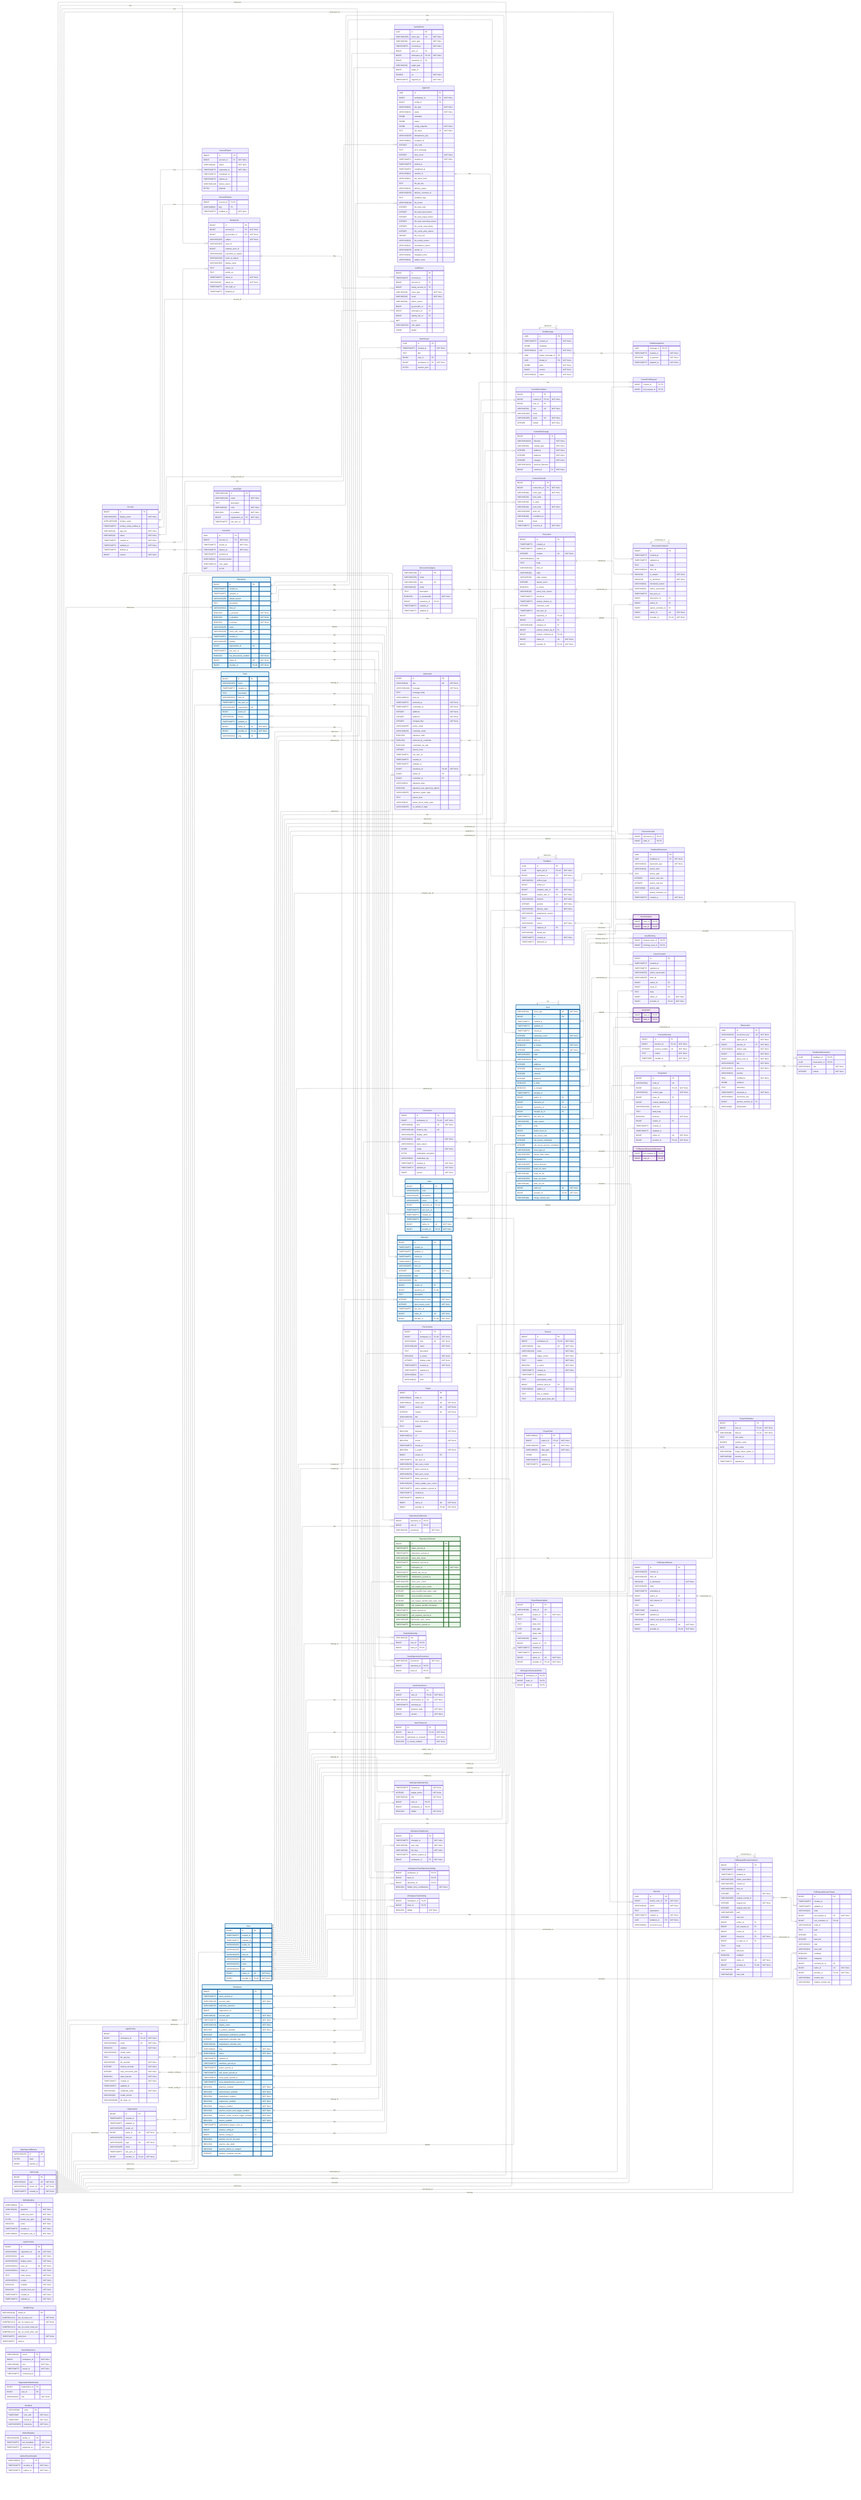
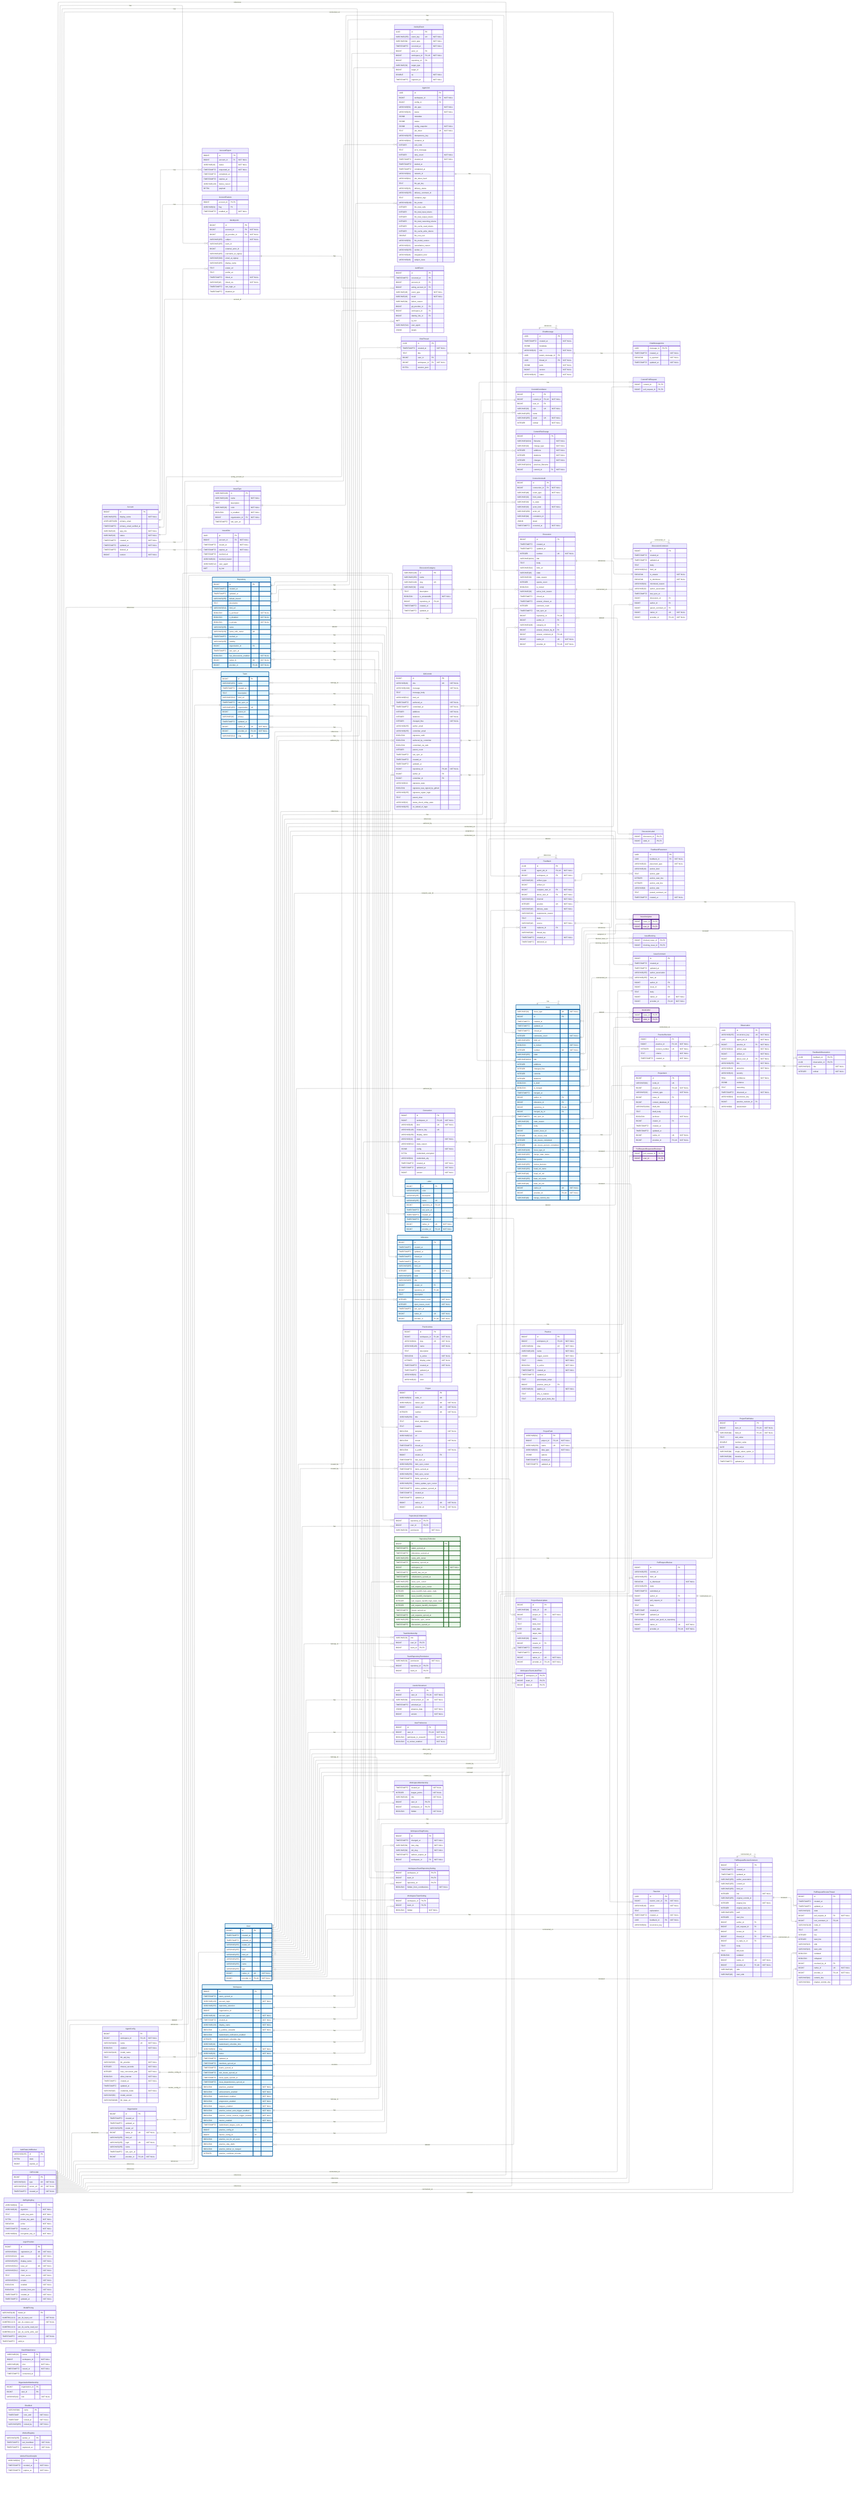
---
config:
    layout: elk
---
erDiagram
    %% Generated automatically from PostgreSQL database schema
    %% using scripts/generate-mermaid-erd.ts
    %% To regenerate: pnpm run db:generate-erd-docs

    direction LR

    Account {
        BIGINT id PK
        VARCHAR(255) display_name "NOT NULL"
        USER-DEFINED primary_email
        TIMESTAMPTZ primary_email_verified_at
        VARCHAR(16) app_role "NOT NULL"
        VARCHAR(16) status "NOT NULL"
        TIMESTAMPTZ created_at "NOT NULL"
        TIMESTAMPTZ updated_at "NOT NULL"
        TIMESTAMPTZ deleted_at
        BIGINT version "NOT NULL"
    }

    AccountExport {
        BIGINT id PK
        BIGINT account_id FK "NOT NULL"
        VARCHAR(16) status "NOT NULL"
        TIMESTAMPTZ requested_at "NOT NULL"
        TIMESTAMPTZ completed_at
        TIMESTAMPTZ expires_at
        VARCHAR(128) failure_reason
        BYTEA payload
    }

    AccountFeature {
        BIGINT account_id PK,FK
        VARCHAR(64) flag PK
        TIMESTAMPTZ enabled_at "NOT NULL"
    }

    ActivityEvent {
        UUID id PK
        VARCHAR(255) event_key UK "NOT NULL"
        VARCHAR(64) event_type "NOT NULL"
        TIMESTAMPTZ occurred_at "NOT NULL"
        BIGINT actor_id FK
        BIGINT workspace_id FK,UK "NOT NULL"
        BIGINT repository_id FK
        VARCHAR(32) target_type
        BIGINT target_id
        DOUBLE xp "NOT NULL"
        TIMESTAMPTZ ingested_at "NOT NULL"
    }

    AgentConfig {
        BIGINT id PK
        BIGINT workspace_id FK,UK "NOT NULL"
        VARCHAR(100) name UK "NOT NULL"
        BOOLEAN enabled "NOT NULL"
        VARCHAR(128) model_name
        TEXT llm_api_key
        VARCHAR(32) llm_provider "NOT NULL"
        INTEGER timeout_seconds "NOT NULL"
        INTEGER max_concurrent_jobs "NOT NULL"
        BOOLEAN allow_internet "NOT NULL"
        TIMESTAMPTZ created_at "NOT NULL"
        TIMESTAMPTZ updated_at
        VARCHAR(16) credential_mode "NOT NULL"
        VARCHAR(50) model_version
        VARCHAR(2048) llm_base_url
    }

    AgentJob {
        UUID id PK
        BIGINT workspace_id FK "NOT NULL"
        BIGINT config_id FK
        VARCHAR(50) job_type "NOT NULL"
        VARCHAR(20) status "NOT NULL"
        JSONB metadata
        JSONB output
        JSONB config_snapshot "NOT NULL"
        TEXT job_token UK "NOT NULL"
        VARCHAR(255) idempotency_key
        VARCHAR(64) container_id
        INTEGER exit_code
        TEXT error_message
        INTEGER retry_count "NOT NULL"
        TIMESTAMPTZ created_at "NOT NULL"
        TIMESTAMPTZ started_at
        TIMESTAMPTZ completed_at
        VARCHAR(64) network_id
        VARCHAR(64) job_token_hash
        TEXT llm_api_key
        VARCHAR(20) delivery_status
        VARCHAR(255) delivery_comment_id
        TEXT container_logs
        VARCHAR(100) llm_model
        INTEGER llm_total_calls
        INTEGER llm_total_input_tokens
        INTEGER llm_total_output_tokens
        INTEGER llm_total_reasoning_tokens
        INTEGER llm_cache_read_tokens
        INTEGER llm_cache_write_tokens
        DOUBLE llm_cost_usd
        VARCHAR(50) llm_model_version
        VARCHAR(32) cancellation_reason
        VARCHAR(255) worker_id
        VARCHAR(48) integration_kind
        VARCHAR(48) subject_class
    }

    AuthEvent {
        BIGINT id PK
        TIMESTAMPTZ occurred_at PK
        BIGINT account_id FK
        BIGINT acting_account_id FK
        VARCHAR(48) event_type "NOT NULL"
        VARCHAR(16) result "NOT NULL"
        VARCHAR(64) failure_reason
        BIGINT git_provider_id FK
        BIGINT workspace_id FK
        BIGINT identity_link_id FK
        INET ip_inet
        VARCHAR(512) user_agent
        JSONB details
    }

    AuthRateLimitBucket {
        VARCHAR(255) id PK
        BYTEA state
        BIGINT expires_at
    }

    ChatMessage {
        UUID id PK
        TIMESTAMPTZ created_at "NOT NULL"
        JSONB metadata
        VARCHAR(16) role "NOT NULL"
        UUID parent_message_id FK
        UUID thread_id FK "NOT NULL"
        JSONB parts "NOT NULL"
        BIGINT version "NOT NULL"
        VARCHAR(16) status "NOT NULL"
    }

    ChatMessageVote {
        UUID message_id PK,FK
        TIMESTAMPTZ created_at "NOT NULL"
        BOOLEAN is_upvoted "NOT NULL"
        TIMESTAMPTZ updated_at "NOT NULL"
    }

    ChatThread {
        UUID id PK
        TIMESTAMPTZ created_at "NOT NULL"
        TEXT title
        BIGINT user_id FK
        BIGINT workspace_id FK "NOT NULL"
        BYTEA session_jsonl
    }

    CommitContributor {
        BIGINT id PK
        BIGINT commit_id FK,UK "NOT NULL"
        BIGINT user_id FK
        VARCHAR(32) role UK "NOT NULL"
        VARCHAR(255) name
        VARCHAR(255) email UK "NOT NULL"
        INTEGER ordinal "NOT NULL"
    }

    CommitFileChange {
        BIGINT id PK
        VARCHAR(1024) filename "NOT NULL"
        VARCHAR(32) change_type "NOT NULL"
        INTEGER additions "NOT NULL"
        INTEGER deletions "NOT NULL"
        INTEGER changes "NOT NULL"
        VARCHAR(1024) previous_filename
        BIGINT commit_id FK "NOT NULL"
    }

    CommitPullRequest {
        BIGINT commit_id PK,FK
        BIGINT pull_request_id PK,FK
    }

    Connection {
        BIGINT id PK
        BIGINT workspace_id FK,UK "NOT NULL"
        VARCHAR(48) kind UK "NOT NULL"
        VARCHAR(128) instance_key UK
        VARCHAR(256) display_name
        VARCHAR(32) state "NOT NULL"
        VARCHAR(512) state_reason
        JSONB config "NOT NULL"
        BYTEA credentials_encrypted
        VARCHAR(64) credentials_alg
        TIMESTAMPTZ created_at "NOT NULL"
        TIMESTAMPTZ updated_at "NOT NULL"
        BIGINT version "NOT NULL"
    }

    ConnectionAudit {
        BIGINT id PK
        BIGINT connection_id FK "NOT NULL"
        VARCHAR(48) event_type "NOT NULL"
        VARCHAR(32) from_state
        VARCHAR(32) to_state
        VARCHAR(32) actor_kind "NOT NULL"
        VARCHAR(256) actor_ref
        VARCHAR(64) correlation_id
        JSONB detail
        TIMESTAMPTZ occurred_at "NOT NULL"
    }

    Discussion {
        BIGINT id PK
        TIMESTAMPTZ created_at
        TIMESTAMPTZ updated_at
        INTEGER number UK "NOT NULL"
        VARCHAR(1024) title
        TEXT body
        VARCHAR(512) html_url
        VARCHAR(16) state
        VARCHAR(32) state_reason
        INTEGER upvote_count
        BOOLEAN is_locked
        VARCHAR(32) active_lock_reason
        TIMESTAMPTZ closed_at
        TIMESTAMPTZ answer_chosen_at
        INTEGER comment_count
        TIMESTAMPTZ last_sync_at
        BIGINT repository_id FK,UK
        BIGINT author_id FK
        VARCHAR(128) category_id FK
        BIGINT answer_chosen_by_id FK
        BIGINT answer_comment_id FK,UK
        BIGINT native_id UK "NOT NULL"
        BIGINT provider_id FK,UK "NOT NULL"
    }

    DiscussionCategory {
        VARCHAR(128) id PK
        VARCHAR(255) name
        VARCHAR(128) slug UK
        VARCHAR(32) emoji
        TEXT description
        BOOLEAN is_answerable "NOT NULL"
        BIGINT repository_id FK,UK
        TIMESTAMPTZ created_at
        TIMESTAMPTZ updated_at
    }

    DiscussionComment {
        BIGINT id PK
        TIMESTAMPTZ created_at
        TIMESTAMPTZ updated_at
        TEXT body
        VARCHAR(512) html_url
        BOOLEAN is_answer "NOT NULL"
        BOOLEAN is_minimized "NOT NULL"
        VARCHAR(64) minimized_reason
        VARCHAR(32) author_association
        TIMESTAMPTZ last_sync_at
        BIGINT discussion_id FK
        BIGINT author_id FK
        BIGINT parent_comment_id FK
        BIGINT native_id UK "NOT NULL"
        BIGINT provider_id FK,UK "NOT NULL"
    }

    DiscussionLabel {
        BIGINT discussion_id PK,FK
        BIGINT label_id PK,FK
    }

    Feedback {
        UUID id PK
        UUID agent_job_id FK,UK "NOT NULL"
        BIGINT workspace_id FK "NOT NULL"
        VARCHAR(32) artifact_type
        BIGINT artifact_id
        BIGINT recipient_user_id FK "NOT NULL"
-         BIGINT subject_user_id FK "NOT NULL"
+         BIGINT about_user_id FK "NOT NULL"
        VARCHAR(32) channel "NOT NULL"
        INTEGER position UK "NOT NULL"
        VARCHAR(16) delivery_state "NOT NULL"
        VARCHAR(32) suppression_reason
        TEXT body
        VARCHAR(16) source "NOT NULL"
        UUID replaces_id FK
        VARCHAR(64) thread_key
        TIMESTAMPTZ created_at "NOT NULL"
        TIMESTAMPTZ delivered_at
    }

    FeedbackObservation {
        UUID feedback_id PK,FK
        UUID observation_id PK,FK
        VARCHAR(16) role "NOT NULL"
        INTEGER ordinal "NOT NULL"
    }

    FeedbackPlacement {
        UUID id PK
        UUID feedback_id FK "NOT NULL"
        VARCHAR(32) placement_type "NOT NULL"
        VARCHAR(16) anchor_kind
        TEXT anchor_path
        INTEGER anchor_start_line
        INTEGER anchor_end_line
        VARCHAR(8) anchor_side
        TEXT posted_comment_ref
        TIMESTAMPTZ created_at "NOT NULL"
    }

    GitCommit {
        BIGINT id PK
        VARCHAR(40) sha UK "NOT NULL"
        VARCHAR(1024) message "NOT NULL"
        TEXT message_body
        VARCHAR(512) html_url
        TIMESTAMPTZ authored_at "NOT NULL"
        TIMESTAMPTZ committed_at "NOT NULL"
        INTEGER additions "NOT NULL"
        INTEGER deletions "NOT NULL"
        INTEGER changed_files "NOT NULL"
        VARCHAR(255) author_email
        VARCHAR(255) committer_email
        BOOLEAN signature_valid
        BOOLEAN authored_by_committer
        BOOLEAN committed_via_web
        INTEGER parent_count
        TIMESTAMPTZ last_sync_at
        TIMESTAMPTZ created_at
        TIMESTAMPTZ updated_at
        BIGINT repository_id FK,UK "NOT NULL"
        BIGINT author_id FK
        BIGINT committer_id FK
        VARCHAR(32) signature_state
        BOOLEAN signature_was_signed_by_github
        VARCHAR(255) signature_signer_login
        TEXT parent_shas
        VARCHAR(32) status_check_rollup_state
        VARCHAR(255) on_behalf_of_login
    }

    GitProvider {
        BIGINT id PK
        VARCHAR(10) type UK "NOT NULL"
        VARCHAR(512) server_url UK "NOT NULL"
        TIMESTAMPTZ created_at "NOT NULL"
    }

    IdentityLink {
        BIGINT id PK
        BIGINT account_id FK "NOT NULL"
        BIGINT git_provider_id FK "NOT NULL"
        VARCHAR(255) subject "NOT NULL"
        VARCHAR(255) team_id
        BIGINT external_actor_id
        VARCHAR(255) username_at_signup
        VARCHAR(320) email_at_signup
        VARCHAR(255) display_name
        TEXT avatar_url
        TEXT profile_url
        TIMESTAMPTZ linked_at "NOT NULL"
        VARCHAR(16) linked_via "NOT NULL"
        TIMESTAMPTZ last_login_at
        TIMESTAMPTZ disabled_at
    }

    Issue {
        VARCHAR(31) issue_type UK "NOT NULL"
        BIGINT id PK
        TIMESTAMPTZ created_at
        TIMESTAMPTZ updated_at
        TIMESTAMPTZ closed_at
        INTEGER comments_count "NOT NULL"
        VARCHAR(255) html_url
        BOOLEAN is_locked "NOT NULL"
        INTEGER number UK "NOT NULL"
        VARCHAR(255) state
        VARCHAR(1024) title
        INTEGER additions
        INTEGER changed_files
        INTEGER commits
        INTEGER deletions
        BOOLEAN is_draft
        BOOLEAN is_merged
        TIMESTAMPTZ merged_at
        BIGINT author_id FK
        BIGINT milestone_id FK
        BIGINT repository_id FK,UK
        BIGINT merged_by_id FK
        TIMESTAMPTZ last_sync_at
        VARCHAR(32) state_reason
        TEXT body
        BIGINT parent_issue_id FK
        INTEGER sub_issues_total
        INTEGER sub_issues_completed
        INTEGER sub_issues_percent_completed
        VARCHAR(128) issue_type_id FK
        VARCHAR(255) merge_state_status
        BOOLEAN mergeable
        VARCHAR(255) review_decision
        VARCHAR(255) head_ref_name
        VARCHAR(40) head_ref_oid
        VARCHAR(255) base_ref_name
        VARCHAR(40) base_ref_oid
        BIGINT native_id UK "NOT NULL"
        BIGINT provider_id FK,UK "NOT NULL"
        VARCHAR(40) merge_commit_sha
    }

    IssueAssignee {
        BIGINT issue_id PK,FK
        BIGINT user_id PK,FK
    }

    IssueBlocking {
        BIGINT blocked_issue_id PK,FK
        BIGINT blocking_issue_id PK,FK
    }

    IssueComment {
        BIGINT id PK
        TIMESTAMPTZ created_at
        TIMESTAMPTZ updated_at
        VARCHAR(255) author_association
        VARCHAR(255) html_url
        BIGINT author_id FK
        BIGINT issue_id FK
        TEXT body
        BIGINT native_id UK "NOT NULL"
        BIGINT provider_id FK,UK "NOT NULL"
    }

    IssueLabel {
        BIGINT issue_id PK,FK
        BIGINT label_id PK,FK
    }

    IssueType {
        VARCHAR(128) id PK
        VARCHAR(128) name "NOT NULL"
        TEXT description
        VARCHAR(20) color "NOT NULL"
        BOOLEAN is_enabled "NOT NULL"
        BIGINT organization_id FK "NOT NULL"
        TIMESTAMPTZ last_sync_at
    }

    IssuedJwt {
        UUID jti PK
        BIGINT account_id FK "NOT NULL"
        TIMESTAMPTZ issued_at "NOT NULL"
        TIMESTAMPTZ expires_at "NOT NULL"
        TIMESTAMPTZ revoked_at
        VARCHAR(32) revoked_reason
        VARCHAR(512) user_agent
        INET ip_inet
    }

    JwtSigningKey {
        VARCHAR(64) kid PK
        VARCHAR(16) algorithm "NOT NULL"
        TEXT public_key_pem "NOT NULL"
        BYTEA private_key_pem "NOT NULL"
        BOOLEAN active "NOT NULL"
        TIMESTAMPTZ created_at "NOT NULL"
        VARCHAR(64) encryption_key_id "NOT NULL"
    }

    Label {
        BIGINT id PK
        VARCHAR(255) color
        VARCHAR(255) description
        VARCHAR(255) name UK
        BIGINT repository_id FK,UK
        TIMESTAMPTZ last_sync_at
        TIMESTAMPTZ created_at
        TIMESTAMPTZ updated_at
        BIGINT native_id UK "NOT NULL"
        BIGINT provider_id FK,UK "NOT NULL"
    }

    LoginProvider {
        BIGINT id PK
        VARCHAR(64) registration_id UK "NOT NULL"
        VARCHAR(10) type UK "NOT NULL"
        VARCHAR(255) display_name "NOT NULL"
        VARCHAR(512) base_url UK "NOT NULL"
        VARCHAR(512) client_id "NOT NULL"
        TEXT client_secret "NOT NULL"
        VARCHAR(512) scopes "NOT NULL"
        BOOLEAN enabled "NOT NULL"
        BOOLEAN seeded_from_env "NOT NULL"
        TIMESTAMPTZ created_at "NOT NULL"
        TIMESTAMPTZ updated_at "NOT NULL"
    }

    Milestone {
        BIGINT id PK
        TIMESTAMPTZ created_at
        TIMESTAMPTZ updated_at
        TIMESTAMPTZ closed_at
        TIMESTAMPTZ due_on
        VARCHAR(255) html_url
        INTEGER number UK "NOT NULL"
        VARCHAR(255) state
        VARCHAR(255) title
        BIGINT creator_id FK
        BIGINT repository_id FK,UK
        TEXT description
        INTEGER closed_issues_count "NOT NULL"
        INTEGER open_issues_count "NOT NULL"
        TIMESTAMPTZ last_sync_at
        BIGINT native_id UK "NOT NULL"
        BIGINT provider_id FK,UK "NOT NULL"
    }

    ModelPricing {
        VARCHAR(128) model_id PK
        NUMERIC(12,6) per_1k_input_usd "NOT NULL"
        NUMERIC(12,6) per_1k_output_usd "NOT NULL"
        NUMERIC(12,6) per_1k_cache_read_usd
        NUMERIC(12,6) per_1k_cache_write_usd
        TIMESTAMPTZ valid_from "NOT NULL"
        TIMESTAMPTZ valid_to
    }

    OauthStateNonce {
        VARCHAR(32) nonce PK
        BIGINT workspace_id "NOT NULL"
        VARCHAR(48) kind "NOT NULL"
        TIMESTAMPTZ issued_at "NOT NULL"
        TIMESTAMPTZ consumed_at
    }

    Observation {
        UUID id PK
        VARCHAR(255) occurrence_key UK "NOT NULL"
        UUID agent_job_id "NOT NULL"
        BIGINT practice_id FK "NOT NULL"
        VARCHAR(32) artifact_type "NOT NULL"
        BIGINT artifact_id "NOT NULL"
        BIGINT about_user_id FK "NOT NULL"
        VARCHAR(255) title "NOT NULL"
        VARCHAR(16) presence "NOT NULL"
        VARCHAR(16) severity
        REAL confidence "NOT NULL"
        JSONB evidence
        TEXT reasoning
        TIMESTAMPTZ observed_at "NOT NULL"
        VARCHAR(64) recurrence_key
        BIGINT practice_revision_id FK
        VARCHAR(8) assessment
    }

    Organization {
        BIGINT id PK
        TIMESTAMPTZ created_at
        TIMESTAMPTZ updated_at
        VARCHAR(255) avatar_url
        BIGINT native_id UK "NOT NULL"
        VARCHAR(255) html_url
        VARCHAR(255) login UK "NOT NULL"
        VARCHAR(255) name
        TIMESTAMPTZ last_sync_at
        BIGINT provider_id FK,UK "NOT NULL"
    }

    OrganizationMembership {
        BIGINT organization_id PK
        BIGINT user_id PK
        VARCHAR(32) role "NOT NULL"
    }

    Practice {
        BIGINT id PK
        BIGINT workspace_id FK,UK "NOT NULL"
        VARCHAR(64) slug UK "NOT NULL"
        VARCHAR(128) name "NOT NULL"
        JSONB trigger_events "NOT NULL"
        TEXT criteria "NOT NULL"
        BOOLEAN is_active "NOT NULL"
        TIMESTAMPTZ created_at "NOT NULL"
        TIMESTAMPTZ updated_at
        TEXT precompute_script
        BIGINT practice_area_id FK
        VARCHAR(32) applies_to "NOT NULL"
        TEXT why_it_matters
        TEXT what_good_looks_like
    }

    PracticeArea {
        BIGINT id PK
        BIGINT workspace_id FK,UK "NOT NULL"
        VARCHAR(64) slug UK "NOT NULL"
        VARCHAR(128) name "NOT NULL"
        TEXT description
        BOOLEAN is_active "NOT NULL"
        INTEGER display_order "NOT NULL"
        TIMESTAMPTZ created_at "NOT NULL"
        TIMESTAMPTZ updated_at
        VARCHAR(64) icon
        VARCHAR(32) color
    }

    PracticeRevision {
        BIGINT id PK
        BIGINT practice_id FK,UK "NOT NULL"
        INTEGER revision_number UK "NOT NULL"
        TEXT criteria "NOT NULL"
-         TIMESTAMP created_at "NOT NULL"
+         TIMESTAMPTZ created_at "NOT NULL"
    }

    Project {
        BIGINT id PK
        VARCHAR(64) node_id UK
        VARCHAR(32) owner_type UK "NOT NULL"
        BIGINT owner_id UK "NOT NULL"
        INTEGER number UK "NOT NULL"
        VARCHAR(256) title
        TEXT short_description
        TEXT readme
        BOOLEAN template "NOT NULL"
        VARCHAR(512) url
        BOOLEAN closed "NOT NULL"
        TIMESTAMPTZ closed_at
        BOOLEAN is_public "NOT NULL"
        BIGINT creator_id FK
        TIMESTAMPTZ last_sync_at
        VARCHAR(256) item_sync_cursor
        TIMESTAMPTZ items_synced_at
        VARCHAR(256) field_sync_cursor
        TIMESTAMPTZ fields_synced_at
        VARCHAR(256) status_update_sync_cursor
        TIMESTAMPTZ status_updates_synced_at
        TIMESTAMPTZ created_at
        TIMESTAMPTZ updated_at
        BIGINT native_id UK "NOT NULL"
        BIGINT provider_id FK,UK "NOT NULL"
    }

    ProjectField {
        VARCHAR(64) id PK
        BIGINT project_id FK,UK "NOT NULL"
        VARCHAR(256) name UK "NOT NULL"
        VARCHAR(32) data_type "NOT NULL"
        JSONB options
        TIMESTAMPTZ created_at
        TIMESTAMPTZ updated_at
    }

    ProjectFieldValue {
        BIGINT id PK
        BIGINT item_id FK,UK "NOT NULL"
        VARCHAR(64) field_id FK,UK "NOT NULL"
        TEXT text_value
        DOUBLE number_value
        DATE date_value
        VARCHAR(64) single_select_option_id
        VARCHAR(64) iteration_id
        TIMESTAMPTZ updated_at
    }

    ProjectItem {
        BIGINT id PK
        VARCHAR(64) node_id UK
        BIGINT project_id FK,UK "NOT NULL"
        VARCHAR(32) content_type "NOT NULL"
        BIGINT issue_id FK
        BIGINT content_database_id
        VARCHAR(1024) draft_title
        TEXT draft_body
        BOOLEAN archived "NOT NULL"
        BIGINT creator_id FK
        TIMESTAMPTZ created_at
        TIMESTAMPTZ updated_at
        BIGINT native_id UK "NOT NULL"
        BIGINT provider_id FK,UK "NOT NULL"
    }

    ProjectStatusUpdate {
        BIGINT id PK
        VARCHAR(64) node_id UK
        BIGINT project_id FK "NOT NULL"
        TEXT body
        TEXT body_html
        DATE start_date
        DATE target_date
        VARCHAR(32) status
        BIGINT creator_id FK
        TIMESTAMPTZ created_at
        TIMESTAMPTZ updated_at
        BIGINT native_id UK "NOT NULL"
        BIGINT provider_id FK,UK "NOT NULL"
    }

    PullRequestRequestedReviewer {
        BIGINT pull_request_id PK,FK
        BIGINT user_id PK,FK
    }

    PullRequestReview {
        BIGINT id PK
        VARCHAR(255) commit_id
        VARCHAR(255) html_url
        BOOLEAN is_dismissed "NOT NULL"
        VARCHAR(255) state
        TIMESTAMPTZ submitted_at
        BIGINT author_id FK
        BIGINT pull_request_id FK
        TEXT body
        TIMESTAMP created_at
        TIMESTAMP updated_at
        BOOLEAN author_can_push_to_repository
        BIGINT native_id UK "NOT NULL"
        BIGINT provider_id FK,UK "NOT NULL"
    }

    PullRequestReviewComment {
        BIGINT id PK
        TIMESTAMPTZ created_at
        TIMESTAMPTZ updated_at
        VARCHAR(255) author_association
        VARCHAR(255) commit_id
        VARCHAR(255) html_url
        INTEGER line "NOT NULL"
        VARCHAR(255) original_commit_id
        INTEGER original_line "NOT NULL"
        INTEGER original_start_line
        VARCHAR(255) path
        INTEGER start_line
        BIGINT author_id FK
        BIGINT pull_request_id FK
        BIGINT review_id FK
        BIGINT thread_id FK "NOT NULL"
        BIGINT in_reply_to_id FK
        TEXT body
        TEXT diff_hunk
        BOOLEAN outdated
        BIGINT native_id UK "NOT NULL"
        BIGINT provider_id FK,UK "NOT NULL"
        VARCHAR(16) side
        VARCHAR(16) start_side
    }

    PullRequestReviewThread {
        BIGINT id PK
        TIMESTAMPTZ created_at
        TIMESTAMPTZ updated_at
        VARCHAR(20) state
        BIGINT pull_request_id FK "NOT NULL"
        BIGINT root_comment_id FK,UK
        VARCHAR(128) node_id
        TEXT path
        INTEGER line
        INTEGER start_line
        VARCHAR(16) side
        VARCHAR(16) start_side
        BOOLEAN outdated
        BOOLEAN collapsed
        BIGINT resolved_by_id FK
        BIGINT native_id UK "NOT NULL"
        BIGINT provider_id FK,UK "NOT NULL"
        VARCHAR(64) commit_sha
        VARCHAR(64) original_commit_sha
    }

    Reaction {
        UUID id PK
        BIGINT reactor_user_id FK "NOT NULL"
        VARCHAR(16) action "NOT NULL"
        TEXT explanation
        TIMESTAMPTZ created_at "NOT NULL"
        UUID feedback_id FK "NOT NULL"
        VARCHAR(64) recurrence_key
    }

    Repository {
        BIGINT id PK
        TIMESTAMPTZ created_at
        TIMESTAMPTZ updated_at
        VARCHAR(255) default_branch
        TEXT description
        VARCHAR(512) html_url
        BOOLEAN is_archived "NOT NULL"
        BOOLEAN is_disabled "NOT NULL"
        BOOLEAN is_private "NOT NULL"
        VARCHAR(255) name
        VARCHAR(150) name_with_owner UK
        TIMESTAMPTZ pushed_at
        VARCHAR(255) visibility
        BIGINT organization_id FK
        TIMESTAMPTZ last_sync_at
        BOOLEAN has_discussions_enabled "NOT NULL"
        BIGINT native_id UK "NOT NULL"
        BIGINT provider_id FK,UK "NOT NULL"
    }

    RepositoryCollaborator {
        BIGINT repository_id PK,FK
        BIGINT user_id PK,FK
        VARCHAR(32) permission "NOT NULL"
    }

    RepositoryToMonitor {
        BIGINT id PK
        TIMESTAMPTZ labels_synced_at
        TIMESTAMPTZ milestones_synced_at
        VARCHAR(255) name_with_owner
        TIMESTAMPTZ repository_synced_at
        BIGINT workspace_id FK "NOT NULL"
        TIMESTAMPTZ backfill_last_run_at
        TIMESTAMPTZ collaborators_synced_at
        VARCHAR(255) issue_sync_cursor
        VARCHAR(255) pull_request_sync_cursor
        INTEGER issue_backfill_high_water_mark
        INTEGER issue_backfill_checkpoint
        INTEGER pull_request_backfill_high_water_mark
        INTEGER pull_request_backfill_checkpoint
        TIMESTAMPTZ issues_synced_at
        TIMESTAMPTZ pull_requests_synced_at
        VARCHAR(255) discussion_sync_cursor
        TIMESTAMPTZ discussions_synced_at
    }

    Shedlock {
        VARCHAR(64) name PK
        TIMESTAMP lock_until "NOT NULL"
        TIMESTAMP locked_at "NOT NULL"
        VARCHAR(255) locked_by "NOT NULL"
    }

    Team {
        BIGINT id PK
        VARCHAR(255) name
        TIMESTAMPTZ created_at
        TEXT description
        VARCHAR(512) html_url
        TIMESTAMPTZ last_sync_at
        VARCHAR(255) organization UK
        BIGINT parent_id
        VARCHAR(32) privacy
        TIMESTAMPTZ updated_at
        BIGINT native_id UK "NOT NULL"
        BIGINT provider_id FK,UK "NOT NULL"
        VARCHAR(512) slug UK
    }

    TeamMembership {
        VARCHAR(32) role
        BIGINT user_id PK,FK
        BIGINT team_id PK,FK
    }

    TeamRepositoryPermission {
        VARCHAR(32) permission "NOT NULL"
        BIGINT repository_id PK,FK
        BIGINT team_id PK,FK
    }

    User {
        BIGINT id PK
        TIMESTAMPTZ created_at
        TIMESTAMPTZ updated_at
        VARCHAR(255) avatar_url
        VARCHAR(255) email
        VARCHAR(255) html_url
        VARCHAR(255) login
        VARCHAR(255) name
        VARCHAR(255) type
        BIGINT native_id UK "NOT NULL"
        BIGINT provider_id FK,UK "NOT NULL"
    }

    UserAchievement {
        UUID id PK
        BIGINT user_id FK,UK "NOT NULL"
        VARCHAR(64) achievement_id UK "NOT NULL"
        TIMESTAMPTZ unlocked_at
        JSONB progress_data "NOT NULL"
        BIGINT version "NOT NULL"
    }

    UserPreference {
        BIGINT id PK
        BIGINT user_id FK,UK "NOT NULL"
        BOOLEAN participate_in_research "NOT NULL"
        BOOLEAN ai_review_enabled "NOT NULL"
    }

    WorkerRegistry {
        VARCHAR(255) worker_id PK
        TIMESTAMPTZ last_heartbeat "NOT NULL"
        TIMESTAMPTZ registered_at "NOT NULL"
    }

    WorkerTokenDenylist {
        VARCHAR(64) jti PK
        TIMESTAMPTZ revoked_at "NOT NULL"
        TIMESTAMPTZ expires_at "NOT NULL"
    }

    Workspace {
        BIGINT id PK
        TIMESTAMPTZ users_synced_at
        VARCHAR(120) account_login "NOT NULL"
        VARCHAR(255) repository_selection
        BIGINT organization_id FK,UK
        VARCHAR(10) account_type "NOT NULL"
        TIMESTAMPTZ created_at "NOT NULL"
        VARCHAR(120) display_name "NOT NULL"
        BOOLEAN is_publicly_viewable "NOT NULL"
        BOOLEAN leaderboard_notification_enabled
        INTEGER leaderboard_schedule_day
        VARCHAR(10) leaderboard_schedule_time
        VARCHAR(64) slug UK "NOT NULL"
        VARCHAR(20) status "NOT NULL"
        TIMESTAMPTZ updated_at
        TIMESTAMPTZ members_synced_at
        TIMESTAMPTZ teams_synced_at
        TIMESTAMPTZ sub_issues_synced_at
        TIMESTAMPTZ issue_types_synced_at
        TIMESTAMPTZ issue_dependencies_synced_at
        BOOLEAN practices_enabled "NOT NULL"
        BOOLEAN achievements_enabled "NOT NULL"
        BOOLEAN leaderboard_enabled "NOT NULL"
        BOOLEAN progression_enabled "NOT NULL"
        BOOLEAN leagues_enabled "NOT NULL"
        BOOLEAN practice_review_auto_trigger_enabled "NOT NULL"
        BOOLEAN practice_review_manual_trigger_enabled "NOT NULL"
        BOOLEAN mentor_enabled "NOT NULL"
        TIMESTAMPTZ leaderboard_league_cycle_at
        BIGINT practice_config_id FK
        BIGINT mentor_config_id FK
        BOOLEAN practice_run_for_all_users
        BOOLEAN practice_skip_drafts
        BOOLEAN practice_deliver_to_merged
        INTEGER practice_cooldown_minutes
    }

    WorkspaceMembership {
        TIMESTAMPTZ created_at "NOT NULL"
        INTEGER league_points "NOT NULL"
        VARCHAR(16) role "NOT NULL"
        BIGINT user_id PK,FK
        BIGINT workspace_id PK,FK
        BOOLEAN hidden "NOT NULL"
    }

    WorkspaceSlugHistory {
        BIGINT id PK
        TIMESTAMPTZ changed_at "NOT NULL"
        VARCHAR(64) new_slug "NOT NULL"
        VARCHAR(64) old_slug "NOT NULL"
        TIMESTAMPTZ redirect_expires_at
        BIGINT workspace_id FK "NOT NULL"
    }

    WorkspaceTeamLabelFilter {
        BIGINT workspace_id PK,FK
        BIGINT team_id PK,FK
        BIGINT label_id PK,FK
    }

    WorkspaceTeamRepositorySetting {
        BIGINT workspace_id PK,FK
        BIGINT team_id PK,FK
        BIGINT repository_id PK,FK
        BOOLEAN hidden_from_contributions "NOT NULL"
    }

    WorkspaceTeamSetting {
        BIGINT workspace_id PK,FK
        BIGINT team_id PK,FK
        BOOLEAN hidden "NOT NULL"
    }

    %% Relationships
    %% One-to-One relationships
    Account ||--|| AccountFeature : has
    Workspace ||--|| ActivityEvent : has
    Workspace ||--|| AgentConfig : has
    ChatMessage ||--|| ChatMessageVote : has
    GitCommit ||--|| CommitContributor : has
    Workspace ||--|| Connection : has
    Repository ||--|| Discussion : has
    DiscussionComment ||--|| Discussion : references
    GitProvider ||--|| Discussion : references
    Repository ||--|| DiscussionCategory : has
    GitProvider ||--|| DiscussionComment : commented_on
    AgentJob ||--|| Feedback : has
    Repository ||--|| GitCommit : has
    Repository ||--|| Issue : has
    GitProvider ||--|| Issue : references
    GitProvider ||--|| IssueComment : commented_on
    Repository ||--|| Label : labeled
    GitProvider ||--|| Label : labeled
    Repository ||--|| Milestone : has
    GitProvider ||--|| Milestone : references
    GitProvider ||--|| Organization : references
    Workspace ||--|| Practice : has
    Workspace ||--|| PracticeArea : has
    Practice ||--|| PracticeRevision : has
    GitProvider ||--|| Project : references
    Project ||--|| ProjectField : has
    ProjectItem ||--|| ProjectFieldValue : has
    ProjectField ||--|| ProjectFieldValue : has
    Project ||--|| ProjectItem : has
    GitProvider ||--|| ProjectItem : references
    GitProvider ||--|| ProjectStatusUpdate : references
    GitProvider ||--|| PullRequestReview : reviewed
    GitProvider ||--|| PullRequestReviewComment : commented_on
    PullRequestReviewComment ||--|| PullRequestReviewThread : reviewed
    GitProvider ||--|| PullRequestReviewThread : reviewed
    GitProvider ||--|| Repository : references
    GitProvider ||--|| Team : references
    GitProvider ||--|| User : references
    User ||--|| UserAchievement : has
    User ||--|| UserPreference : has
    Organization ||--|| Workspace : has
    User ||--|| WorkspaceMembership : belongs_to
    Workspace ||--|| WorkspaceMembership : belongs_to

    %% One-to-Many relationships
    Account ||--o{ AccountExport : has
    User ||--o{ ActivityEvent : references
    Repository ||--o{ ActivityEvent : has
    Workspace ||--o{ AgentJob : has
    AgentConfig ||--o{ AgentJob : has
    Account ||--o{ AuthEvent : account_id
    Account ||--o{ AuthEvent : acting_account_id
    GitProvider ||--o{ AuthEvent : has
    Workspace ||--o{ AuthEvent : has
    IdentityLink ||--o{ AuthEvent : has
    ChatMessage ||--o{ ChatMessage : references
    ChatThread ||--o{ ChatMessage : has
    User ||--o{ ChatThread : has
    Workspace ||--o{ ChatThread : has
    User ||--o{ CommitContributor : has
    GitCommit ||--o{ CommitFileChange : has
    Connection ||--o{ ConnectionAudit : has
    User ||--o{ Discussion : authored_by
    DiscussionCategory ||--o{ Discussion : has
    User ||--o{ Discussion : references
    Discussion ||--o{ DiscussionComment : commented_on
    User ||--o{ DiscussionComment : commented_on
    DiscussionComment ||--o{ DiscussionComment : commented_on
    Workspace ||--o{ Feedback : has
    User ||--o{ Feedback : recipient_user_id
-     User ||--o{ Feedback : subject_user_id
+     User ||--o{ Feedback : about_user_id
    Feedback ||--o{ Feedback : references
    Feedback ||--o{ FeedbackPlacement : has
    User ||--o{ GitCommit : authored_by
    User ||--o{ GitCommit : references
    Account ||--o{ IdentityLink : has
    GitProvider ||--o{ IdentityLink : has
    User ||--o{ Issue : authored_by
    Milestone ||--o{ Issue : has
    User ||--o{ Issue : merged_by
    Issue ||--o{ Issue : has
    IssueType ||--o{ Issue : has
    User ||--o{ IssueComment : commented_on
    Issue ||--o{ IssueComment : commented_on
    Organization ||--o{ IssueType : has
    Account ||--o{ IssuedJwt : has
    User ||--o{ Milestone : created_by
    Practice ||--o{ Observation : has
    User ||--o{ Observation : has
    PracticeRevision ||--o{ Observation : has
    PracticeArea ||--o{ Practice : has
    User ||--o{ Project : created_by
    Issue ||--o{ ProjectItem : has
    User ||--o{ ProjectItem : created_by
    Project ||--o{ ProjectStatusUpdate : has
    User ||--o{ ProjectStatusUpdate : created_by
    User ||--o{ PullRequestReview : reviewed
    Issue ||--o{ PullRequestReview : reviewed
    User ||--o{ PullRequestReviewComment : commented_on
    Issue ||--o{ PullRequestReviewComment : commented_on
    PullRequestReview ||--o{ PullRequestReviewComment : commented_on
    PullRequestReviewThread ||--o{ PullRequestReviewComment : commented_on
    PullRequestReviewComment ||--o{ PullRequestReviewComment : commented_on
    Issue ||--o{ PullRequestReviewThread : reviewed
    User ||--o{ PullRequestReviewThread : reviewed
    User ||--o{ Reaction : has
    Feedback ||--o{ Reaction : has
    Organization ||--o{ Repository : has
    Workspace ||--o{ RepositoryToMonitor : monitors
    AgentConfig ||--o{ Workspace : practice_config_id
    AgentConfig ||--o{ Workspace : mentor_config_id
    Workspace ||--o{ WorkspaceSlugHistory : has

    %% Many-to-Many relationships
    GitCommit }o--o{ CommitPullRequest : has
    Issue }o--o{ CommitPullRequest : references
    Discussion }o--o{ DiscussionLabel : labeled
    Label }o--o{ DiscussionLabel : labeled
    Feedback }o--o{ FeedbackObservation : has
    Observation }o--o{ FeedbackObservation : has
    Issue }o--o{ IssueAssignee : assigned_to
    User }o--o{ IssueAssignee : assigned_to
    Issue }o--o{ IssueBlocking : blocked_issue_id
    Issue }o--o{ IssueBlocking : blocking_issue_id
    Issue }o--o{ IssueLabel : labeled
    Label }o--o{ IssueLabel : labeled
    Issue }o--o{ PullRequestRequestedReviewer : reviewed
    User }o--o{ PullRequestRequestedReviewer : reviewed
    Repository }o--o{ RepositoryCollaborator : has
    User }o--o{ RepositoryCollaborator : has
    User }o--o{ TeamMembership : belongs_to
    Team }o--o{ TeamMembership : belongs_to
    Repository }o--o{ TeamRepositoryPermission : has
    Team }o--o{ TeamRepositoryPermission : has
    Workspace }o--o{ WorkspaceTeamLabelFilter : labeled
    Team }o--o{ WorkspaceTeamLabelFilter : labeled
    Label }o--o{ WorkspaceTeamLabelFilter : labeled
    Workspace }o--o{ WorkspaceTeamRepositorySetting : has
    Team }o--o{ WorkspaceTeamRepositorySetting : has
    Repository }o--o{ WorkspaceTeamRepositorySetting : has
    Workspace }o--o{ WorkspaceTeamSetting : has
    Team }o--o{ WorkspaceTeamSetting : has

    %% Styling
    classDef primaryEntity fill:#e1f5fe,stroke:#01579b,stroke-width:2px
    classDef associationEntity fill:#f3e5f5,stroke:#4a148c,stroke-width:2px
    classDef metadataEntity fill:#e8f5e8,stroke:#1b5e20,stroke-width:2px

    class Issue primaryEntity
    class IssueAssignee associationEntity
    class IssueLabel associationEntity
    class Label primaryEntity
    class Milestone primaryEntity
    class PullRequestRequestedReviewer associationEntity
    class Repository primaryEntity
    class RepositoryToMonitor metadataEntity
    class Team primaryEntity
    class User primaryEntity
    class Workspace primaryEntity
